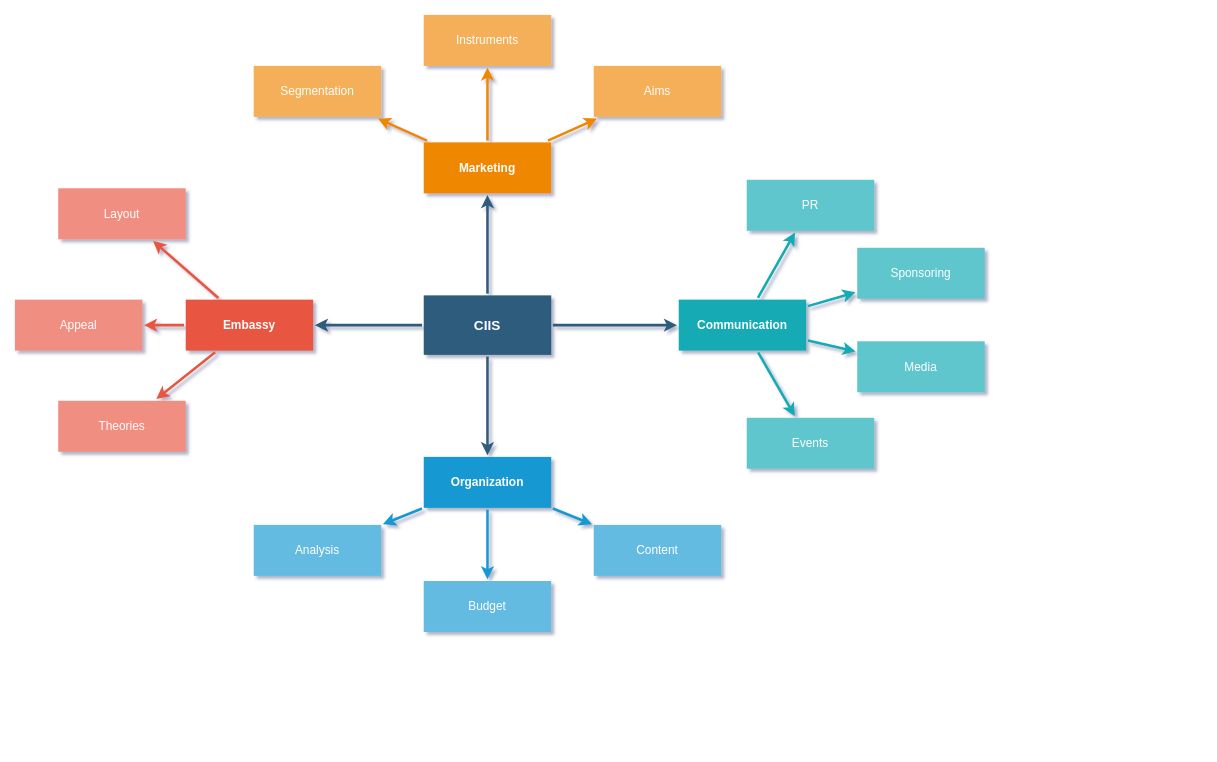
This is Untitled Diagram.drawio from VojtechFlidr/diagram, a draw.io file, before an edit. Source tidied: cells renumbered, new cells numbered last; positions are measured from the earlier drawing's top-left corner, leaving out a move shared by most shapes. Both pictures are drawn from the tidied source at 85%, with x=0, y=0 at pixel (14, 14).
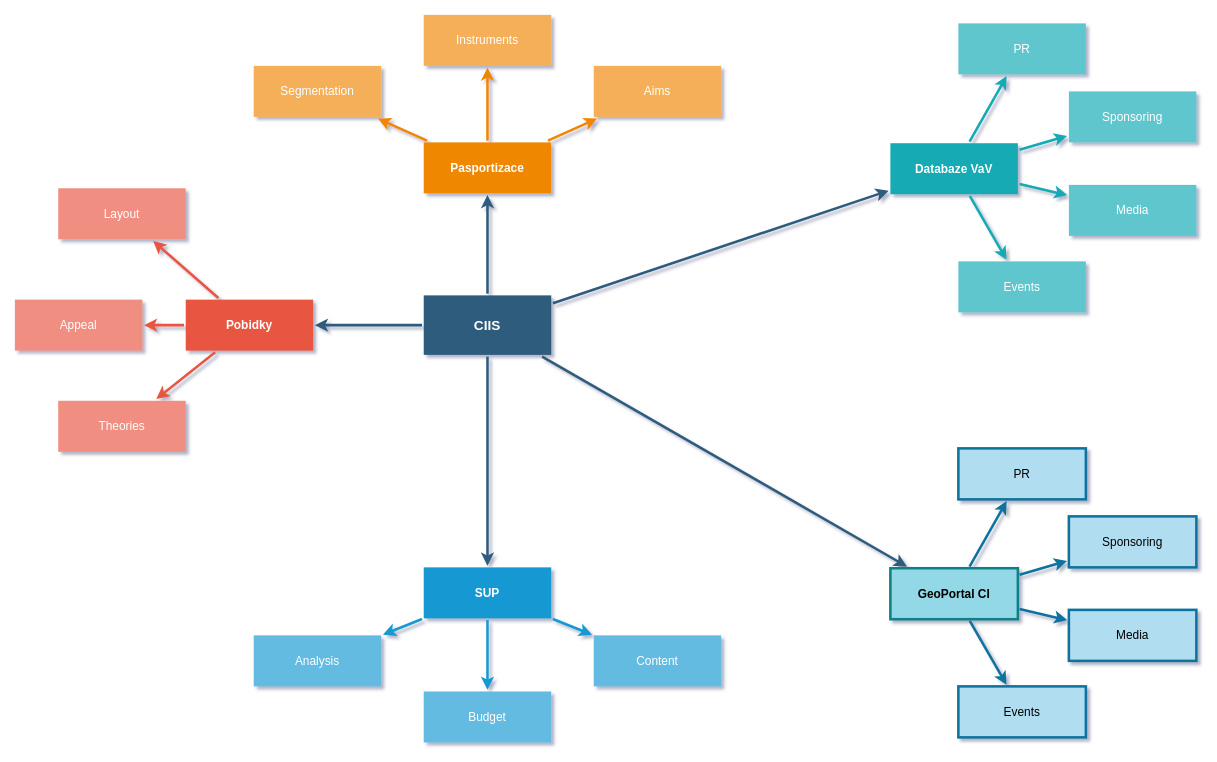
Above is the later version.

Unchanged cells that the change refers to:
```xml
<mxCell id="6" value="CIIS" style="rounded=0;whiteSpace=wrap;html=1;shadow=0;labelBackgroundColor=none;strokeColor=none;strokeWidth=3;fillColor=#2F5B7C;fontFamily=Helvetica;fontSize=16;fontColor=#FFFFFF;align=center;fontStyle=1;spacing=5;arcSize=7;perimeterSpacing=2;" parent="1" vertex="1">
  <mxGeometry x="481" y="330" width="150" height="70" as="geometry" />
</mxCell>
```

The edit, as a diff of the source:
```diff
@@
-    <mxCell id="10" value="Embassy" style="rounded=0;whiteSpace=wrap;html=1;shadow=0;labelBackgroundColor=none;strokeColor=none;strokeWidth=3;fillColor=#e85642;fontFamily=Helvetica;fontSize=14;fontColor=#FFFFFF;align=center;spacing=5;fontStyle=1;arcSize=7;perimeterSpacing=2;" parent="1" vertex="1">
+    <mxCell id="10" value="Pobidky" style="rounded=0;whiteSpace=wrap;html=1;shadow=0;labelBackgroundColor=none;strokeColor=none;strokeWidth=3;fillColor=#e85642;fontFamily=Helvetica;fontSize=14;fontColor=#FFFFFF;align=center;spacing=5;fontStyle=1;arcSize=7;perimeterSpacing=2;" parent="1" vertex="1">
       <mxGeometry x="201" y="335" width="150" height="60" as="geometry" />
     </mxCell>
@@
-    <mxCell id="17" value="Organization" style="rounded=0;whiteSpace=wrap;html=1;shadow=0;labelBackgroundColor=none;strokeColor=none;strokeWidth=3;fillColor=#1699d3;fontFamily=Helvetica;fontSize=14;fontColor=#FFFFFF;align=center;spacing=5;fontStyle=1;arcSize=7;perimeterSpacing=2;" parent="1" vertex="1">
-      <mxGeometry x="481" y="520" width="150" height="60" as="geometry" />
+    <mxCell id="17" value="SUP" style="rounded=0;whiteSpace=wrap;html=1;shadow=0;labelBackgroundColor=none;strokeColor=none;strokeWidth=3;fillColor=#1699d3;fontFamily=Helvetica;fontSize=14;fontColor=#FFFFFF;align=center;spacing=5;fontStyle=1;arcSize=7;perimeterSpacing=2;" parent="1" vertex="1">
+      <mxGeometry x="481" y="650" width="150" height="60" as="geometry" />
     </mxCell>
     <mxCell id="18" value="Content" style="rounded=0;whiteSpace=wrap;html=1;shadow=0;labelBackgroundColor=none;strokeColor=none;strokeWidth=3;fillColor=#64bbe2;fontFamily=Helvetica;fontSize=14;fontColor=#FFFFFF;align=center;spacing=5;arcSize=7;perimeterSpacing=2;" parent="1" vertex="1">
-      <mxGeometry x="681" y="600" width="150" height="60" as="geometry" />
+      <mxGeometry x="681" y="730" width="150" height="60" as="geometry" />
     </mxCell>
     <mxCell id="19" value="Budget" style="rounded=0;whiteSpace=wrap;html=1;shadow=0;labelBackgroundColor=none;strokeColor=none;strokeWidth=3;fillColor=#64bbe2;fontFamily=Helvetica;fontSize=14;fontColor=#FFFFFF;align=center;spacing=5;arcSize=7;perimeterSpacing=2;" parent="1" vertex="1">
-      <mxGeometry x="481" y="666" width="150" height="60" as="geometry" />
+      <mxGeometry x="481" y="796" width="150" height="60" as="geometry" />
     </mxCell>
     <mxCell id="20" value="Analysis" style="rounded=0;whiteSpace=wrap;html=1;shadow=0;labelBackgroundColor=none;strokeColor=none;strokeWidth=3;fillColor=#64bbe2;fontFamily=Helvetica;fontSize=14;fontColor=#FFFFFF;align=center;spacing=5;arcSize=7;perimeterSpacing=2;" parent="1" vertex="1">
-      <mxGeometry x="281" y="600" width="150" height="60" as="geometry" />
+      <mxGeometry x="281" y="730" width="150" height="60" as="geometry" />
     </mxCell>
-    <mxCell id="21" value="Marketing" style="rounded=0;whiteSpace=wrap;html=1;shadow=0;labelBackgroundColor=none;strokeColor=none;strokeWidth=3;fillColor=#F08705;fontFamily=Helvetica;fontSize=14;fontColor=#FFFFFF;align=center;spacing=5;fontStyle=1;arcSize=7;perimeterSpacing=2;" parent="1" vertex="1">
+    <mxCell id="21" value="Pasportizace" style="rounded=0;whiteSpace=wrap;html=1;shadow=0;labelBackgroundColor=none;strokeColor=none;strokeWidth=3;fillColor=#F08705;fontFamily=Helvetica;fontSize=14;fontColor=#FFFFFF;align=center;spacing=5;fontStyle=1;arcSize=7;perimeterSpacing=2;" parent="1" vertex="1">
       <mxGeometry x="481" y="150" width="150" height="60" as="geometry" />
     </mxCell>
@@
-    <mxCell id="28" value="Communication" style="rounded=0;whiteSpace=wrap;html=1;shadow=0;labelBackgroundColor=none;strokeColor=none;strokeWidth=3;fillColor=#12aab5;fontFamily=Helvetica;fontSize=14;fontColor=#FFFFFF;align=center;spacing=5;fontStyle=1;arcSize=7;perimeterSpacing=2;" parent="1" vertex="1">
-      <mxGeometry x="781" y="335" width="150" height="60" as="geometry" />
+    <mxCell id="28" value="Databaze VaV" style="rounded=0;whiteSpace=wrap;html=1;shadow=0;labelBackgroundColor=none;strokeColor=none;strokeWidth=3;fillColor=#12aab5;fontFamily=Helvetica;fontSize=14;fontColor=#FFFFFF;align=center;spacing=5;fontStyle=1;arcSize=7;perimeterSpacing=2;" parent="1" vertex="1">
+      <mxGeometry x="1030" y="151" width="150" height="60" as="geometry" />
     </mxCell>
     <mxCell id="29" value="Events" style="rounded=0;whiteSpace=wrap;html=1;shadow=0;labelBackgroundColor=none;strokeColor=none;strokeWidth=3;fillColor=#61c6ce;fontFamily=Helvetica;fontSize=14;fontColor=#FFFFFF;align=center;spacing=5;fontStyle=0;arcSize=7;perimeterSpacing=2;" parent="1" vertex="1">
-      <mxGeometry x="861" y="474" width="150" height="60" as="geometry" />
+      <mxGeometry x="1110" y="290" width="150" height="60" as="geometry" />
     </mxCell>
@@
     <mxCell id="31" value="Media" style="rounded=0;whiteSpace=wrap;html=1;shadow=0;labelBackgroundColor=none;strokeColor=none;strokeWidth=3;fillColor=#61c6ce;fontFamily=Helvetica;fontSize=14;fontColor=#FFFFFF;align=center;spacing=5;fontStyle=0;arcSize=7;perimeterSpacing=2;" parent="1" vertex="1">
-      <mxGeometry x="991" y="384" width="150" height="60" as="geometry" />
+      <mxGeometry x="1240" y="200" width="150" height="60" as="geometry" />
     </mxCell>
@@
     <mxCell id="33" value="Sponsoring" style="rounded=0;whiteSpace=wrap;html=1;shadow=0;labelBackgroundColor=none;strokeColor=none;strokeWidth=3;fillColor=#61c6ce;fontFamily=Helvetica;fontSize=14;fontColor=#FFFFFF;align=center;spacing=5;fontStyle=0;arcSize=7;perimeterSpacing=2;" parent="1" vertex="1">
-      <mxGeometry x="991" y="274" width="150" height="60" as="geometry" />
+      <mxGeometry x="1240" y="90" width="150" height="60" as="geometry" />
     </mxCell>
@@
     <mxCell id="35" value="PR" style="rounded=0;whiteSpace=wrap;html=1;shadow=0;labelBackgroundColor=none;strokeColor=none;strokeWidth=3;fillColor=#61c6ce;fontFamily=Helvetica;fontSize=14;fontColor=#FFFFFF;align=center;spacing=5;fontStyle=0;arcSize=7;perimeterSpacing=2;" parent="1" vertex="1">
-      <mxGeometry x="861" y="194" width="150" height="60" as="geometry" />
+      <mxGeometry x="1110" y="10" width="150" height="60" as="geometry" />
     </mxCell>
@@
+    <mxCell id="37" value="GeoPortal CI" style="rounded=0;whiteSpace=wrap;html=1;shadow=0;labelBackgroundColor=none;strokeColor=#0e8088;strokeWidth=3;fillColor=#93D8E6;fontFamily=Helvetica;fontSize=14;align=center;spacing=5;fontStyle=1;arcSize=7;perimeterSpacing=2;" parent="1" vertex="1">
+      <mxGeometry x="1030" y="651" width="150" height="60" as="geometry" />
+    </mxCell>
+    <mxCell id="38" value="Events" style="rounded=0;whiteSpace=wrap;html=1;shadow=0;labelBackgroundColor=none;strokeColor=#10739e;strokeWidth=3;fillColor=#b1ddf0;fontFamily=Helvetica;fontSize=14;align=center;spacing=5;fontStyle=0;arcSize=7;perimeterSpacing=2;" parent="1" vertex="1">
+      <mxGeometry x="1110" y="790" width="150" height="60" as="geometry" />
+    </mxCell>
+    <mxCell id="39" style="edgeStyle=none;rounded=0;jumpStyle=none;html=1;shadow=0;labelBackgroundColor=none;startArrow=none;startFill=0;jettySize=auto;strokeColor=#10739e;strokeWidth=3;fontFamily=Helvetica;fontSize=14;fontColor=#FFFFFF;spacing=5;fontStyle=1;fillColor=#b1ddf0;" parent="1" edge="1" source="37" target="38">
+      <mxGeometry relative="1" as="geometry" />
+    </mxCell>
+    <mxCell id="40" value="Media" style="rounded=0;whiteSpace=wrap;html=1;shadow=0;labelBackgroundColor=none;strokeColor=#10739e;strokeWidth=3;fillColor=#b1ddf0;fontFamily=Helvetica;fontSize=14;align=center;spacing=5;fontStyle=0;arcSize=7;perimeterSpacing=2;" parent="1" vertex="1">
+      <mxGeometry x="1240" y="700" width="150" height="60" as="geometry" />
+    </mxCell>
+    <mxCell id="41" style="edgeStyle=none;rounded=0;jumpStyle=none;html=1;shadow=0;labelBackgroundColor=none;startArrow=none;startFill=0;jettySize=auto;strokeColor=#10739e;strokeWidth=3;fontFamily=Helvetica;fontSize=14;fontColor=#FFFFFF;spacing=5;fontStyle=1;fillColor=#b1ddf0;" parent="1" edge="1" source="37" target="40">
+      <mxGeometry relative="1" as="geometry" />
+    </mxCell>
+    <mxCell id="42" value="Sponsoring" style="rounded=0;whiteSpace=wrap;html=1;shadow=0;labelBackgroundColor=none;strokeColor=#10739e;strokeWidth=3;fillColor=#b1ddf0;fontFamily=Helvetica;fontSize=14;align=center;spacing=5;fontStyle=0;arcSize=7;perimeterSpacing=2;" parent="1" vertex="1">
+      <mxGeometry x="1240" y="590" width="150" height="60" as="geometry" />
+    </mxCell>
+    <mxCell id="43" style="edgeStyle=none;rounded=0;jumpStyle=none;html=1;shadow=0;labelBackgroundColor=none;startArrow=none;startFill=0;jettySize=auto;strokeColor=#10739e;strokeWidth=3;fontFamily=Helvetica;fontSize=14;fontColor=#FFFFFF;spacing=5;fontStyle=1;fillColor=#b1ddf0;" parent="1" edge="1" source="37" target="42">
+      <mxGeometry relative="1" as="geometry" />
+    </mxCell>
+    <mxCell id="44" value="PR" style="rounded=0;whiteSpace=wrap;html=1;shadow=0;labelBackgroundColor=none;strokeColor=#10739e;strokeWidth=3;fillColor=#b1ddf0;fontFamily=Helvetica;fontSize=14;align=center;spacing=5;fontStyle=0;arcSize=7;perimeterSpacing=2;" parent="1" vertex="1">
+      <mxGeometry x="1110" y="510" width="150" height="60" as="geometry" />
+    </mxCell>
+    <mxCell id="45" style="edgeStyle=none;rounded=0;jumpStyle=none;html=1;shadow=0;labelBackgroundColor=none;startArrow=none;startFill=0;jettySize=auto;strokeColor=#10739e;strokeWidth=3;fontFamily=Helvetica;fontSize=14;fontColor=#FFFFFF;spacing=5;fontStyle=1;fillColor=#b1ddf0;" parent="1" edge="1" source="37" target="44">
+      <mxGeometry relative="1" as="geometry" />
+    </mxCell>
+    <mxCell id="46" style="edgeStyle=none;rounded=0;jumpStyle=none;html=1;shadow=0;labelBackgroundColor=none;startArrow=none;startFill=0;endArrow=classic;endFill=1;jettySize=auto;strokeColor=#2F5B7C;strokeWidth=3;fontFamily=Helvetica;fontSize=16;fontColor=#23445D;spacing=5;" parent="1" edge="1" source="6" target="37">
+      <mxGeometry relative="1" as="geometry" />
+    </mxCell>
```
